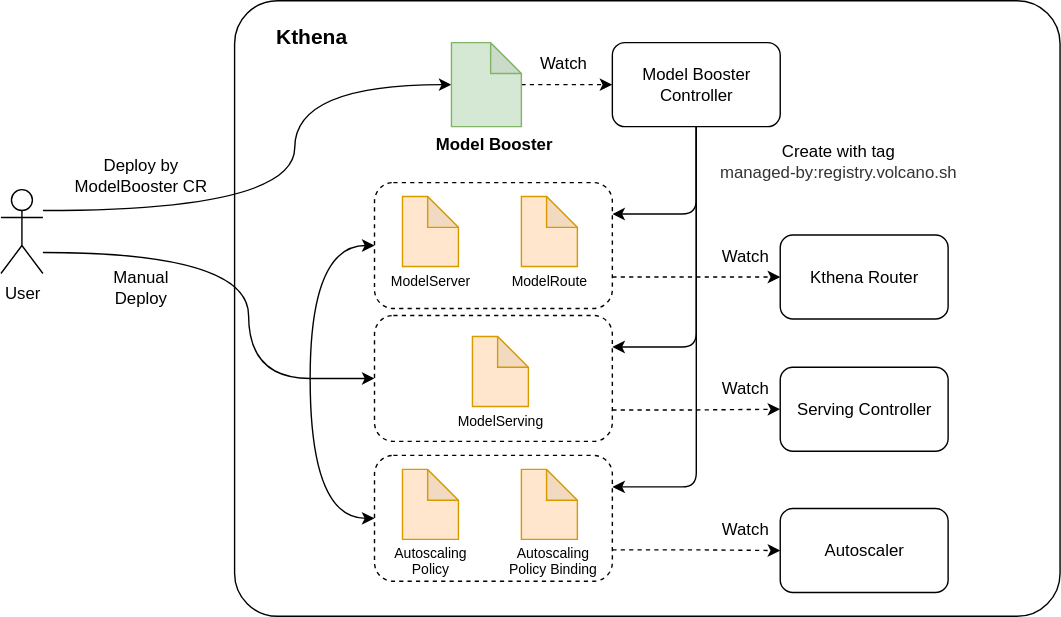
Above: docs/kthena/static/img/diagrams/architecture/model-booster-controller-architecture.svg in matrixinfer-ai/kthena (draw.io), before the change. Source tidied: cells renumbered, new cells last; positions are measured from the earlier drawing's top-left corner, leaving out a move shared by most shapes.
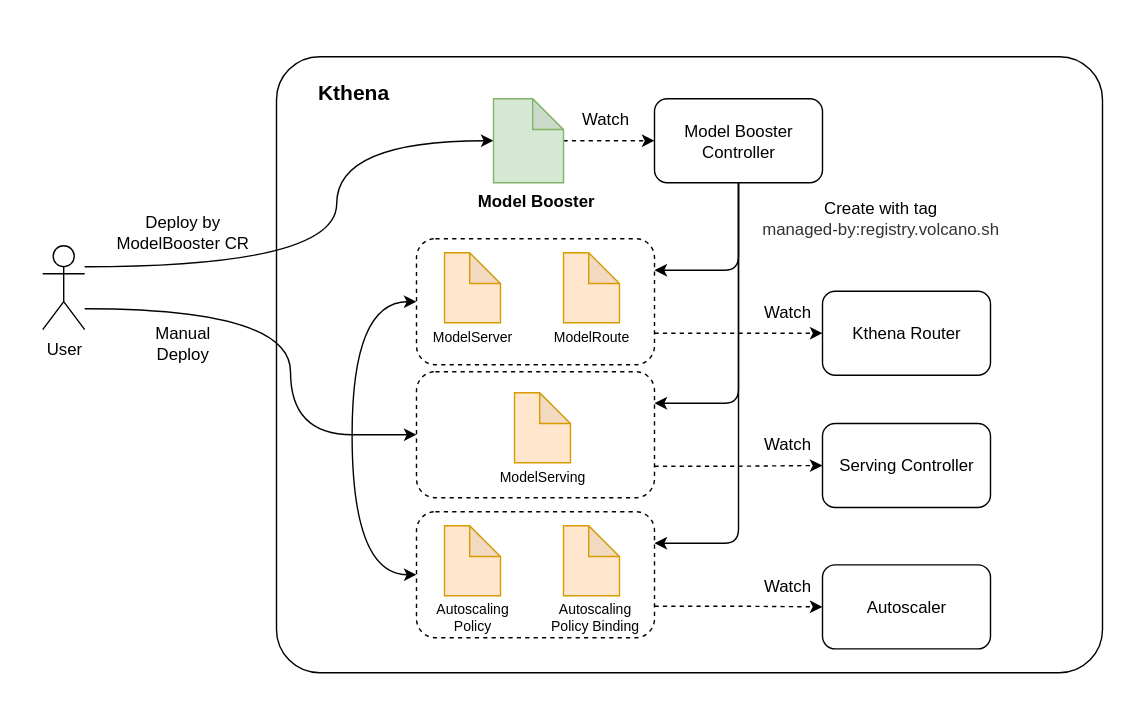
The same file after the commit.

The edit, as a diff of the source:
```diff
@@ -2,6 +2,9 @@
   <root>
     <mxCell id="0" />
     <mxCell id="1" parent="0" />
+    <mxCell id="44" style="rounded=0;whiteSpace=wrap;html=1;fillColor=none;strokeColor=none;" parent="1" vertex="1">
+      <mxGeometry x="-30" y="-40" width="820" height="520" as="geometry" />
+    </mxCell>
     <mxCell id="2" style="rounded=1;whiteSpace=wrap;html=1;arcSize=7;" parent="1" vertex="1">
       <mxGeometry x="167" width="590" height="440" as="geometry" />
     </mxCell>
```
